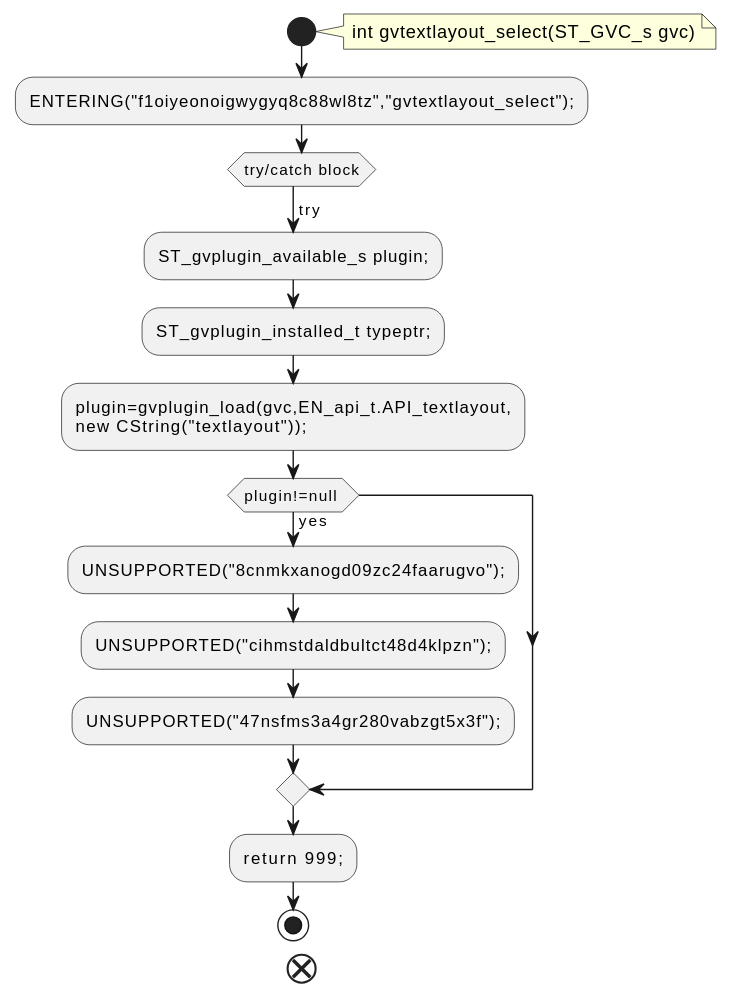
This is docs/qc/src/gen/lib/gvc/gvtextlayout__c.java.fct.svg from qualitesys/plantuml, a PlantUML export, as it was before one commit.
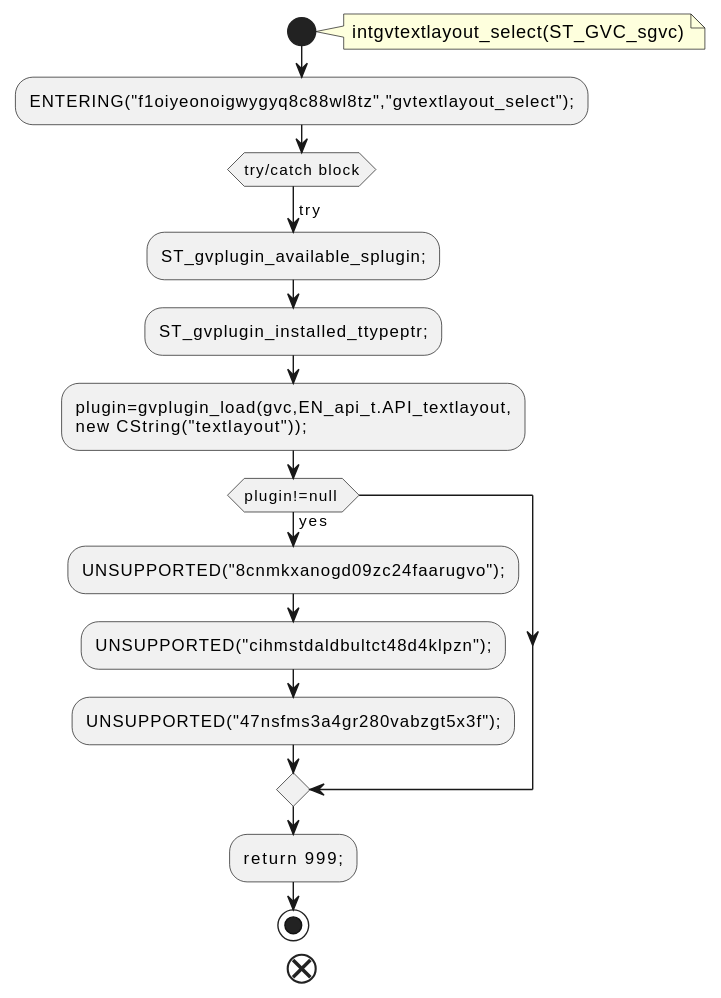
The same file after the commit.

Change to the diagram source:
```diff
@@ -2,13 +2,13 @@
 !pragma layout smetana
 start
 note right
-int gvtextlayout_select(ST_GVC_s gvc)
+intgvtextlayout_select(ST_GVC_sgvc)
 end note
 :ENTERING("f1oiyeonoigwygyq8c88wl8tz","gvtextlayout_select");;
 switch (try/catch block)
 case (try)
-:ST_gvplugin_available_s plugin;;
-:ST_gvplugin_installed_t typeptr;;
+:ST_gvplugin_available_splugin;;
+:ST_gvplugin_installed_ttypeptr;;
 :plugin=gvplugin_load(gvc,EN_api_t.API_textlayout,
 new CString("textlayout"));;
 if (plugin!=null ) then (yes)
```
